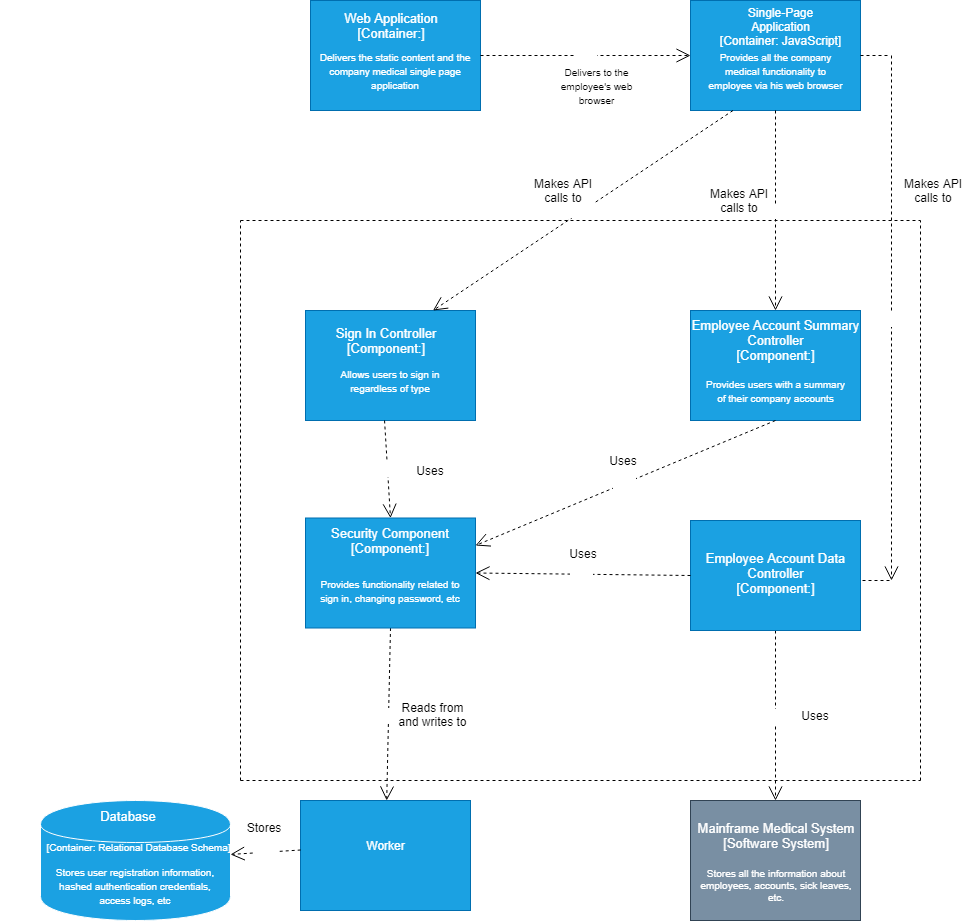
Earlier version of the draw.io export FOTONEA_CRISTINA/Proiect/C4_model/C4Diagram (1)-Component.png (diercan/PSSC-2019). Source tidied: cells renumbered, new cells last; positions are measured from the earlier drawing's top-left corner, leaving out a move shared by most shapes.
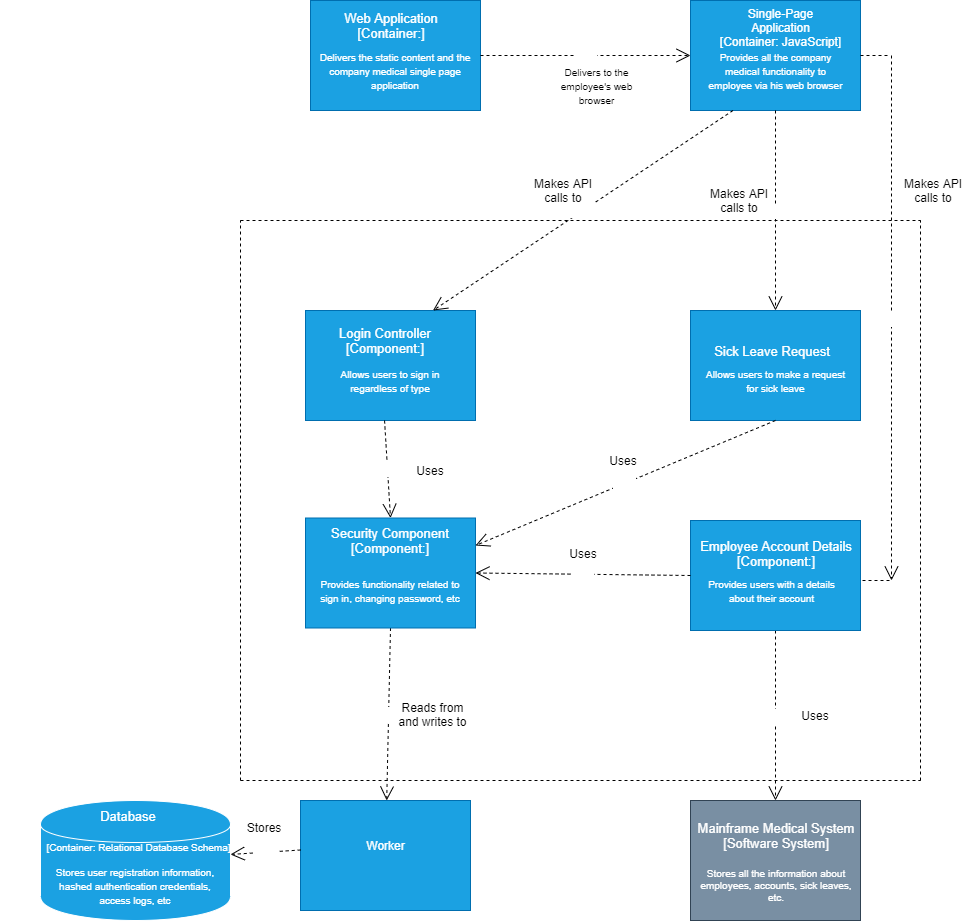
The same file after the commit.

What changed in the source:
```diff
@@ -113,17 +113,17 @@
     <mxCell id="34" style="rounded=0;whiteSpace=wrap;html=1;fillColor=#1ba1e2;strokeColor=#006EAF;fontColor=#ffffff;" parent="1" vertex="1">
       <mxGeometry x="305" y="517.5" width="170" height="110" as="geometry" />
     </mxCell>
-    <mxCell id="35" value="&lt;font color=&quot;#ffffff&quot; style=&quot;font-size: 13px&quot;&gt;Sign In Controller&lt;br&gt;[Component:]&lt;/font&gt;" style="text;html=1;strokeColor=none;fillColor=none;align=center;verticalAlign=middle;whiteSpace=wrap;rounded=0;" parent="1" vertex="1">
+    <mxCell id="35" value="&lt;font color=&quot;#ffffff&quot; style=&quot;font-size: 13px&quot;&gt;Login Controller&lt;br&gt;[Component:]&lt;/font&gt;" style="text;html=1;strokeColor=none;fillColor=none;align=center;verticalAlign=middle;whiteSpace=wrap;rounded=0;" parent="1" vertex="1">
       <mxGeometry x="330" y="330" width="110" height="20" as="geometry" />
     </mxCell>
     <mxCell id="36" value="&lt;font color=&quot;#ffffff&quot; style=&quot;font-size: 13px&quot;&gt;Security Component&lt;br&gt;[Component:]&lt;/font&gt;" style="text;html=1;strokeColor=none;fillColor=none;align=center;verticalAlign=middle;whiteSpace=wrap;rounded=0;" parent="1" vertex="1">
       <mxGeometry x="330" y="530" width="120" height="20" as="geometry" />
     </mxCell>
-    <mxCell id="37" value="&lt;font color=&quot;#ffffff&quot; style=&quot;font-size: 13px&quot;&gt;Employee Account Summary Controller&lt;br&gt;[Component:]&lt;/font&gt;" style="text;html=1;strokeColor=none;fillColor=none;align=center;verticalAlign=middle;whiteSpace=wrap;rounded=0;" parent="1" vertex="1">
-      <mxGeometry x="680.5" y="330" width="189" height="20" as="geometry" />
+    <mxCell id="37" value="&lt;font color=&quot;#ffffff&quot; style=&quot;font-size: 13px&quot;&gt;Employee Account Details&lt;br&gt;[Component:]&lt;/font&gt;" style="text;html=1;strokeColor=none;fillColor=none;align=center;verticalAlign=middle;whiteSpace=wrap;rounded=0;" parent="1" vertex="1">
+      <mxGeometry x="680.5" y="543" width="189" height="20" as="geometry" />
     </mxCell>
-    <mxCell id="38" value="&lt;font color=&quot;#ffffff&quot; style=&quot;font-size: 13px&quot;&gt;Employee Account Data Controller&lt;br&gt;[Component:]&lt;/font&gt;" style="text;html=1;strokeColor=none;fillColor=none;align=center;verticalAlign=middle;whiteSpace=wrap;rounded=0;" parent="1" vertex="1">
-      <mxGeometry x="698" y="562.5" width="155" height="20" as="geometry" />
+    <mxCell id="38" value="&lt;font color=&quot;#ffffff&quot;&gt;&lt;span style=&quot;font-size: 13px&quot;&gt;Sick Leave Request&lt;/span&gt;&lt;/font&gt;" style="text;html=1;strokeColor=none;fillColor=none;align=center;verticalAlign=middle;whiteSpace=wrap;rounded=0;" parent="1" vertex="1">
+      <mxGeometry x="694" y="340" width="155" height="20" as="geometry" />
     </mxCell>
     <mxCell id="39" value="Use" style="endArrow=open;endSize=12;dashed=1;html=1;fontSize=13;fontColor=#FFFFFF;exitX=0.25;exitY=1;exitDx=0;exitDy=0;entryX=0.75;entryY=0;entryDx=0;entryDy=0;" parent="1" edge="1" source="7" target="32">
       <mxGeometry relative="1" as="geometry" />
@@ -163,8 +163,8 @@
     <mxCell id="48" value="&lt;font color=&quot;#ffffff&quot; style=&quot;font-size: 10px&quot;&gt;Provides functionality related to sign in, changing password, etc&lt;/font&gt;" style="text;html=1;strokeColor=none;fillColor=none;align=center;verticalAlign=middle;whiteSpace=wrap;rounded=0;" parent="1" vertex="1">
       <mxGeometry x="310" y="580" width="160" height="20" as="geometry" />
     </mxCell>
-    <mxCell id="49" value="&lt;font color=&quot;#ffffff&quot; style=&quot;font-size: 10px&quot;&gt;Provides users with a summary of their company accounts&lt;/font&gt;" style="text;html=1;strokeColor=none;fillColor=none;align=center;verticalAlign=middle;whiteSpace=wrap;rounded=0;" parent="1" vertex="1">
-      <mxGeometry x="702" y="380" width="147" height="20" as="geometry" />
+    <mxCell id="49" value="&lt;font color=&quot;#ffffff&quot; style=&quot;font-size: 10px&quot;&gt;Provides users with a details about their account&lt;/font&gt;" style="text;html=1;strokeColor=none;fillColor=none;align=center;verticalAlign=middle;whiteSpace=wrap;rounded=0;" parent="1" vertex="1">
+      <mxGeometry x="698" y="580" width="147" height="20" as="geometry" />
     </mxCell>
     <mxCell id="50" value="Uses" style="text;html=1;strokeColor=none;fillColor=none;align=center;verticalAlign=middle;whiteSpace=wrap;rounded=0;" parent="1" vertex="1">
       <mxGeometry x="410" y="460" width="40" height="20" as="geometry" />
@@ -178,5 +178,8 @@
     <mxCell id="53" value="Uses" style="text;html=1;strokeColor=none;fillColor=none;align=center;verticalAlign=middle;whiteSpace=wrap;rounded=0;" parent="1" vertex="1">
       <mxGeometry x="603" y="450" width="40" height="20" as="geometry" />
     </mxCell>
+    <mxCell id="54" value="&lt;font color=&quot;#ffffff&quot;&gt;&lt;span style=&quot;font-size: 10px&quot;&gt;Allows users to make a request for sick leave&lt;/span&gt;&lt;/font&gt;" style="text;html=1;strokeColor=none;fillColor=none;align=center;verticalAlign=middle;whiteSpace=wrap;rounded=0;" parent="1" vertex="1">
+      <mxGeometry x="702" y="370" width="147" height="20" as="geometry" />
+    </mxCell>
   </root>
 </mxGraphModel>
```
